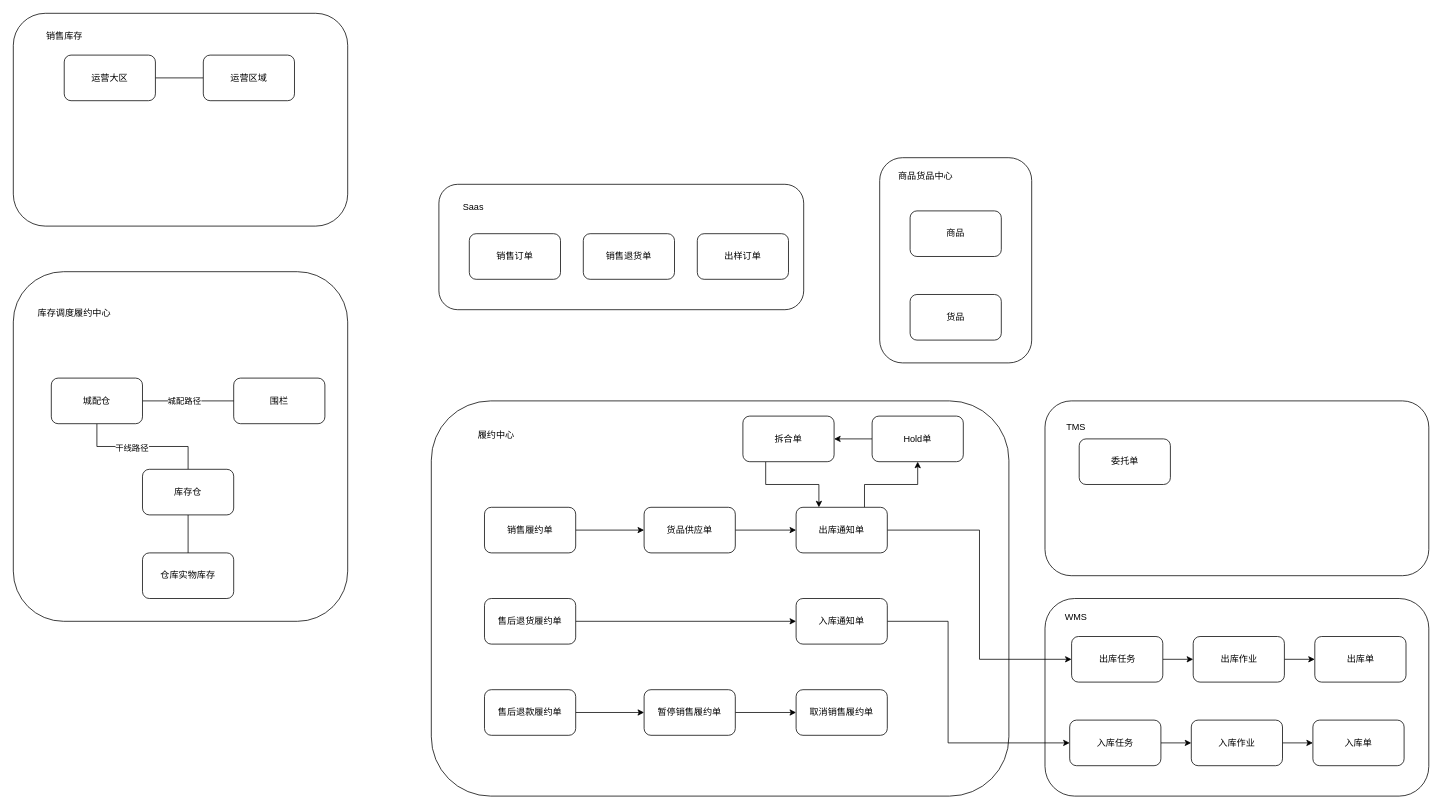
Earlier version of the draw.io diagram draw.io/全渠道供应技术方案.drawio (zzqfsy/zzqfsy.github.io). Source tidied: cells renumbered, new cells numbered last; positions are measured from the earlier drawing's top-left corner, leaving out a move shared by most shapes. Both pictures are drawn from the tidied source at 76%, with x=0, y=0 at pixel (13, 13).
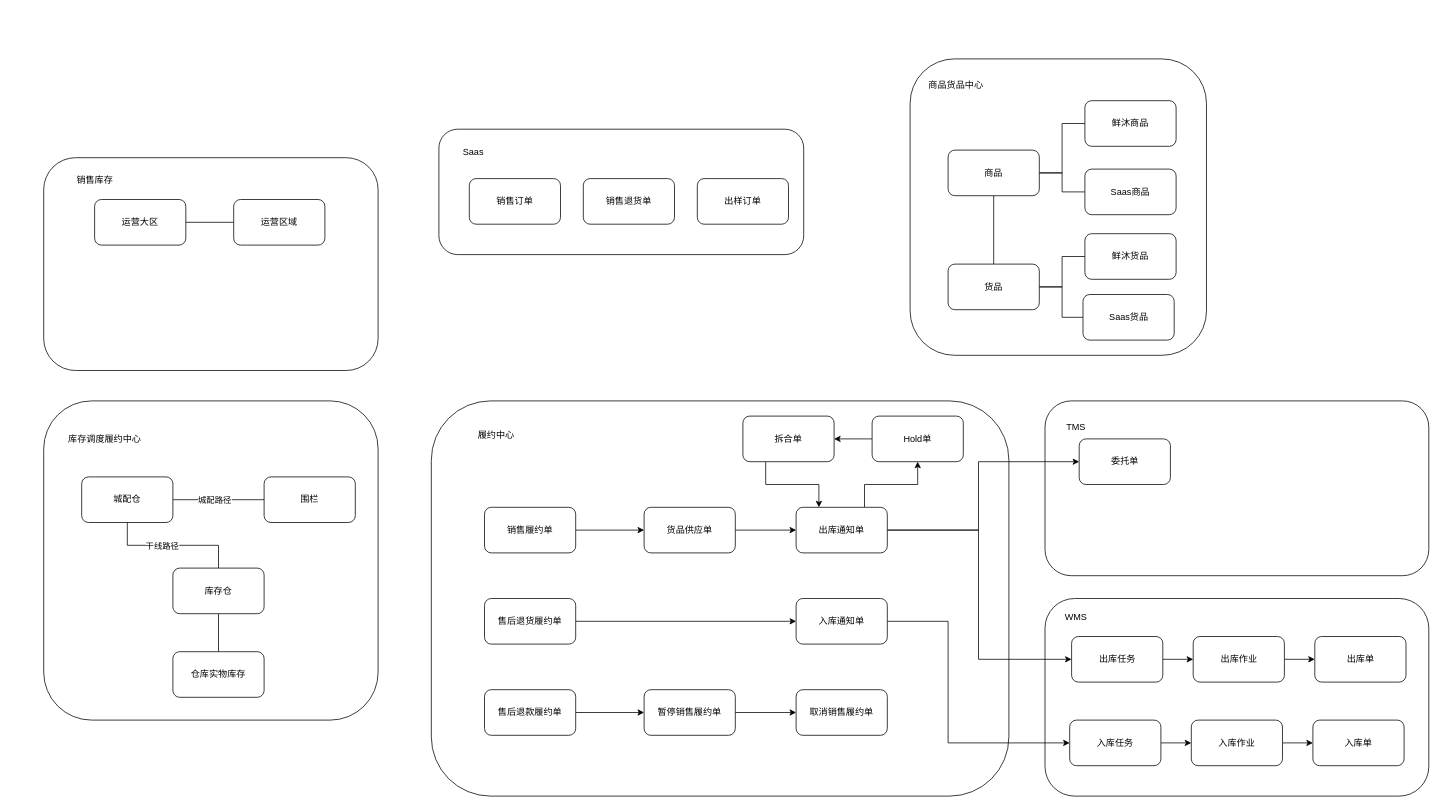
The same page after the edit.

Commit message:
更新全渠道供应技术方案.drawio

Unchanged cells that the change refers to:
```xml
<mxCell id="13" value="出库通知单" style="rounded=1;whiteSpace=wrap;html=1;" parent="1" vertex="1">
  <mxGeometry x="1030" y="650" width="120" height="60" as="geometry" />
</mxCell>
<mxCell id="24" value="出库任务" style="rounded=1;whiteSpace=wrap;html=1;" parent="1" vertex="1">
  <mxGeometry x="1392.5" y="820" width="120" height="60" as="geometry" />
</mxCell>
<mxCell id="63" value="委托单" style="rounded=1;whiteSpace=wrap;html=1;" parent="1" vertex="1">
  <mxGeometry x="1402.5" y="560" width="120" height="60" as="geometry" />
</mxCell>
```

What changed in the source:
```diff
@@
+    <mxCell id="61" style="rounded=1;whiteSpace=wrap;html=1;" parent="1" vertex="1">
+      <mxGeometry x="1357.5" y="510" width="505" height="230" as="geometry" />
+    </mxCell>
     <mxCell id="2" style="rounded=1;whiteSpace=wrap;html=1;" parent="1" vertex="1">
-      <mxGeometry width="440" height="280" as="geometry" />
+      <mxGeometry x="40" y="190" width="440" height="280" as="geometry" />
     </mxCell>
     <mxCell id="3" style="rounded=1;whiteSpace=wrap;html=1;" parent="1" vertex="1">
-      <mxGeometry y="340" width="440" height="460" as="geometry" />
+      <mxGeometry x="40" y="510" width="440" height="420" as="geometry" />
     </mxCell>
     <mxCell id="4" style="rounded=1;whiteSpace=wrap;html=1;" parent="1" vertex="1">
-      <mxGeometry x="1140" y="190" width="200" height="270" as="geometry" />
+      <mxGeometry x="1180" y="60" width="390" height="390" as="geometry" />
     </mxCell>
     <mxCell id="5" style="rounded=1;whiteSpace=wrap;html=1;" parent="1" vertex="1">
-      <mxGeometry x="560" y="225" width="480" height="165" as="geometry" />
+      <mxGeometry x="560" y="152.5" width="480" height="165" as="geometry" />
     </mxCell>
@@
     <mxCell id="12" style="edgeStyle=orthogonalEdgeStyle;rounded=0;jettySize=auto;html=1;exitX=1;exitY=0.5;exitDx=0;exitDy=0;entryX=0;entryY=0.5;entryDx=0;entryDy=0;" parent="1" edge="1" source="13" target="24">
-      <mxGeometry relative="1" as="geometry" />
+      <mxGeometry relative="1" as="geometry">
+        <Array as="points">
+          <mxPoint x="1270" y="680" />
+          <mxPoint x="1270" y="850" />
+        </Array>
+      </mxGeometry>
     </mxCell>
+    <mxCell id="64" style="edgeStyle=orthogonalEdgeStyle;rounded=0;jettySize=auto;html=1;exitX=1;exitY=0.5;exitDx=0;exitDy=0;entryX=0;entryY=0.5;entryDx=0;entryDy=0;endArrow=classic;endFill=1;" parent="1" edge="1" source="13" target="63">
+      <mxGeometry relative="1" as="geometry">
+        <Array as="points">
+          <mxPoint x="1270" y="680" />
+          <mxPoint x="1270" y="590" />
+        </Array>
+      </mxGeometry>
+    </mxCell>
@@
+    <mxCell id="65" style="edgeStyle=orthogonalEdgeStyle;rounded=0;jettySize=auto;html=1;exitX=0.5;exitY=1;exitDx=0;exitDy=0;endArrow=none;endFill=0;" parent="1" edge="1" source="33" target="34">
+      <mxGeometry relative="1" as="geometry" />
+    </mxCell>
+    <mxCell id="66" style="edgeStyle=orthogonalEdgeStyle;rounded=0;jettySize=auto;html=1;exitX=1;exitY=0.5;exitDx=0;exitDy=0;entryX=0;entryY=0.5;entryDx=0;entryDy=0;endArrow=none;endFill=0;" parent="1" edge="1" source="33" target="70">
+      <mxGeometry relative="1" as="geometry" />
+    </mxCell>
+    <mxCell id="67" style="edgeStyle=orthogonalEdgeStyle;rounded=0;jettySize=auto;html=1;exitX=1;exitY=0.5;exitDx=0;exitDy=0;entryX=0;entryY=0.5;entryDx=0;entryDy=0;endArrow=none;endFill=0;" parent="1" edge="1" source="33" target="71">
+      <mxGeometry relative="1" as="geometry" />
+    </mxCell>
     <mxCell id="33" value="商品" style="rounded=1;whiteSpace=wrap;html=1;" parent="1" vertex="1">
-      <mxGeometry x="1180" y="260" width="120" height="60" as="geometry" />
+      <mxGeometry x="1230" y="180" width="120" height="60" as="geometry" />
     </mxCell>
+    <mxCell id="68" style="edgeStyle=orthogonalEdgeStyle;rounded=0;jettySize=auto;html=1;exitX=1;exitY=0.5;exitDx=0;exitDy=0;entryX=0;entryY=0.5;entryDx=0;entryDy=0;endArrow=none;endFill=0;" parent="1" edge="1" source="34" target="73">
+      <mxGeometry relative="1" as="geometry" />
+    </mxCell>
+    <mxCell id="69" style="edgeStyle=orthogonalEdgeStyle;rounded=0;jettySize=auto;html=1;exitX=1;exitY=0.5;exitDx=0;exitDy=0;endArrow=none;endFill=0;" parent="1" edge="1" source="34" target="72">
+      <mxGeometry relative="1" as="geometry">
+        <Array as="points">
+          <mxPoint x="1380" y="360" />
+          <mxPoint x="1380" y="400" />
+        </Array>
+      </mxGeometry>
+    </mxCell>
     <mxCell id="34" value="货品" style="rounded=1;whiteSpace=wrap;html=1;" parent="1" vertex="1">
-      <mxGeometry x="1180" y="370" width="120" height="60" as="geometry" />
+      <mxGeometry x="1230" y="330" width="120" height="60" as="geometry" />
     </mxCell>
@@
     <mxCell id="36" value="仓库实物库存" style="rounded=1;whiteSpace=wrap;html=1;" parent="1" vertex="1">
-      <mxGeometry x="170" y="710" width="120" height="60" as="geometry" />
+      <mxGeometry x="210" y="840" width="120" height="60" as="geometry" />
     </mxCell>
     <mxCell id="37" value="销售订单" style="rounded=1;whiteSpace=wrap;html=1;" parent="1" vertex="1">
-      <mxGeometry x="600" y="290" width="120" height="60" as="geometry" />
+      <mxGeometry x="600" y="217.5" width="120" height="60" as="geometry" />
     </mxCell>
     <mxCell id="38" value="Saas" style="text;html=1;align=center;verticalAlign=middle;strokeColor=none;fillColor=none;" parent="1" vertex="1">
-      <mxGeometry x="580" y="240" width="50" height="30" as="geometry" />
+      <mxGeometry x="580" y="167.5" width="50" height="30" as="geometry" />
     </mxCell>
     <mxCell id="39" value="销售退货单" style="rounded=1;whiteSpace=wrap;html=1;" parent="1" vertex="1">
-      <mxGeometry x="750" y="290" width="120" height="60" as="geometry" />
+      <mxGeometry x="750" y="217.5" width="120" height="60" as="geometry" />
     </mxCell>
     <mxCell id="40" value="出样订单" style="rounded=1;whiteSpace=wrap;html=1;" parent="1" vertex="1">
-      <mxGeometry x="900" y="290" width="120" height="60" as="geometry" />
+      <mxGeometry x="900" y="217.5" width="120" height="60" as="geometry" />
     </mxCell>
     <mxCell id="41" value="商品货品中心" style="text;html=1;align=center;verticalAlign=middle;strokeColor=none;fillColor=none;" parent="1" vertex="1">
-      <mxGeometry x="1150" y="200" width="100" height="30" as="geometry" />
+      <mxGeometry x="1190" y="80" width="100" height="30" as="geometry" />
     </mxCell>
     <mxCell id="42" value="库存调度履约中心" style="text;html=1;align=center;verticalAlign=middle;strokeColor=none;fillColor=none;" parent="1" vertex="1">
-      <mxGeometry x="20" y="380" width="120" height="30" as="geometry" />
+      <mxGeometry x="60" y="545" width="120" height="30" as="geometry" />
     </mxCell>
     <mxCell id="43" value="围栏" style="rounded=1;whiteSpace=wrap;html=1;" parent="1" vertex="1">
-      <mxGeometry x="290" y="480" width="120" height="60" as="geometry" />
+      <mxGeometry x="330" y="610" width="120" height="60" as="geometry" />
     </mxCell>
@@
     <mxCell id="46" value="库存仓" style="rounded=1;whiteSpace=wrap;html=1;" parent="1" vertex="1">
-      <mxGeometry x="170" y="600" width="120" height="60" as="geometry" />
+      <mxGeometry x="210" y="730" width="120" height="60" as="geometry" />
     </mxCell>
@@
     <mxCell id="49" value="城配仓" style="rounded=1;whiteSpace=wrap;html=1;" parent="1" vertex="1">
-      <mxGeometry x="50" y="480" width="120" height="60" as="geometry" />
+      <mxGeometry x="90" y="610" width="120" height="60" as="geometry" />
     </mxCell>
@@
     <mxCell id="51" value="运营大区" style="rounded=1;whiteSpace=wrap;html=1;" parent="1" vertex="1">
-      <mxGeometry x="67" y="55" width="120" height="60" as="geometry" />
+      <mxGeometry x="107" y="245" width="120" height="60" as="geometry" />
     </mxCell>
     <mxCell id="52" value="运营区域" style="rounded=1;whiteSpace=wrap;html=1;" parent="1" vertex="1">
-      <mxGeometry x="250" y="55" width="120" height="60" as="geometry" />
+      <mxGeometry x="290" y="245" width="120" height="60" as="geometry" />
     </mxCell>
     <mxCell id="53" value="销售库存" style="text;html=1;align=center;verticalAlign=middle;strokeColor=none;fillColor=none;" parent="1" vertex="1">
-      <mxGeometry x="32" y="15" width="70" height="30" as="geometry" />
+      <mxGeometry x="72" y="205" width="70" height="30" as="geometry" />
     </mxCell>
@@
-    <mxCell id="61" style="rounded=1;whiteSpace=wrap;html=1;" parent="1" vertex="1">
-      <mxGeometry x="1357.5" y="510" width="505" height="230" as="geometry" />
-    </mxCell>
@@
+    <mxCell id="70" value="鲜沐商品" style="rounded=1;whiteSpace=wrap;html=1;" parent="1" vertex="1">
+      <mxGeometry x="1410" y="115" width="120" height="60" as="geometry" />
+    </mxCell>
+    <mxCell id="71" value="Saas商品" style="rounded=1;whiteSpace=wrap;html=1;" parent="1" vertex="1">
+      <mxGeometry x="1410" y="205" width="120" height="60" as="geometry" />
+    </mxCell>
+    <mxCell id="72" value="Saas货品" style="rounded=1;whiteSpace=wrap;html=1;" parent="1" vertex="1">
+      <mxGeometry x="1407.5" y="370" width="120" height="60" as="geometry" />
+    </mxCell>
+    <mxCell id="73" value="鲜沐货品" style="rounded=1;whiteSpace=wrap;html=1;" parent="1" vertex="1">
+      <mxGeometry x="1410" y="290" width="120" height="60" as="geometry" />
+    </mxCell>
```
